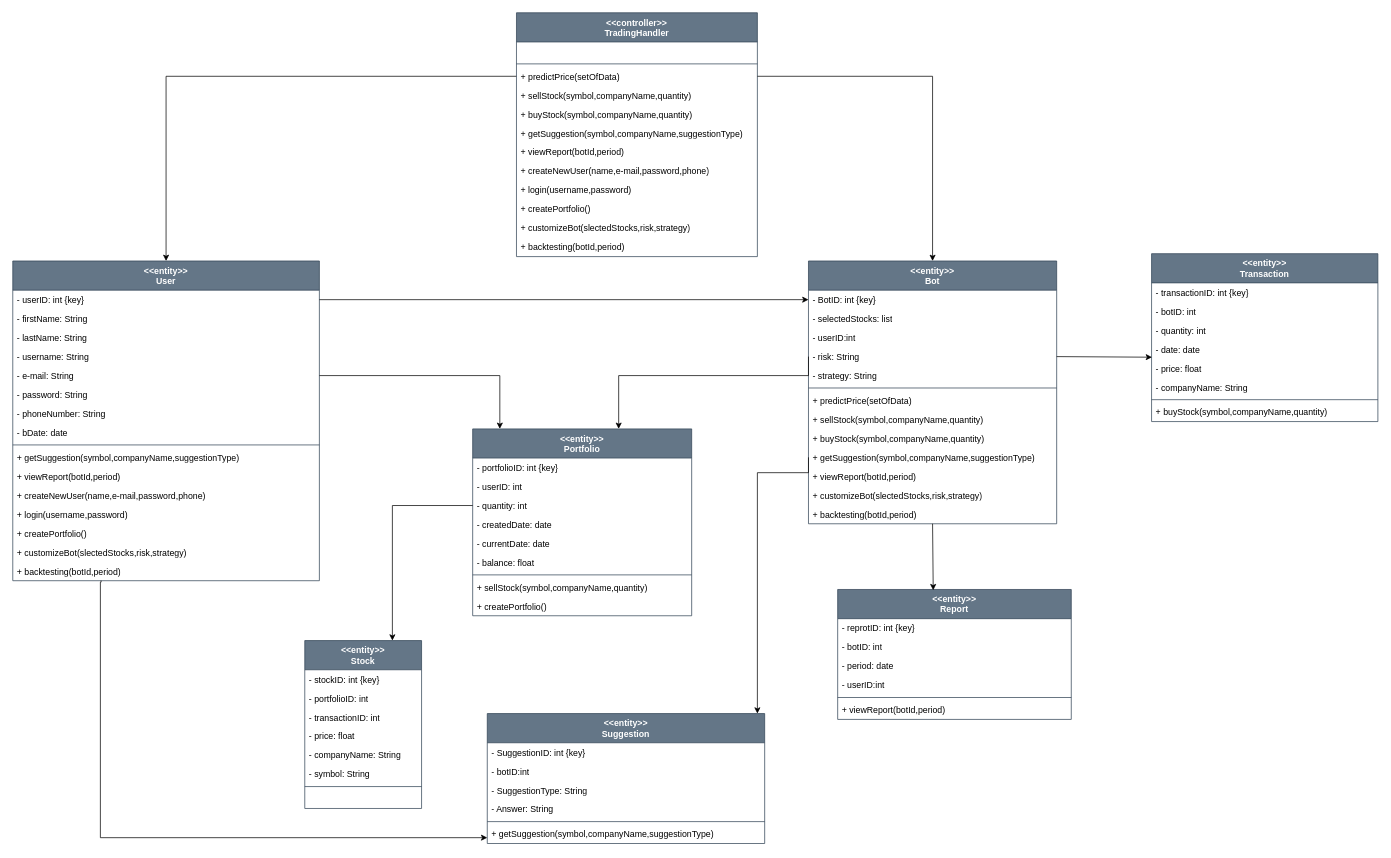
The draw.io diagram Diagrams/FINAL_CUT_CLASS DIAGRAM.drawio in Abdulmohsen23/IS498, before the edit. Source tidied: cells renumbered, new cells numbered last; positions are measured from the earlier drawing's top-left corner, leaving out a move shared by most shapes. Both pictures are drawn from the tidied source at 73%, with x=0, y=0 at pixel (12, 12).
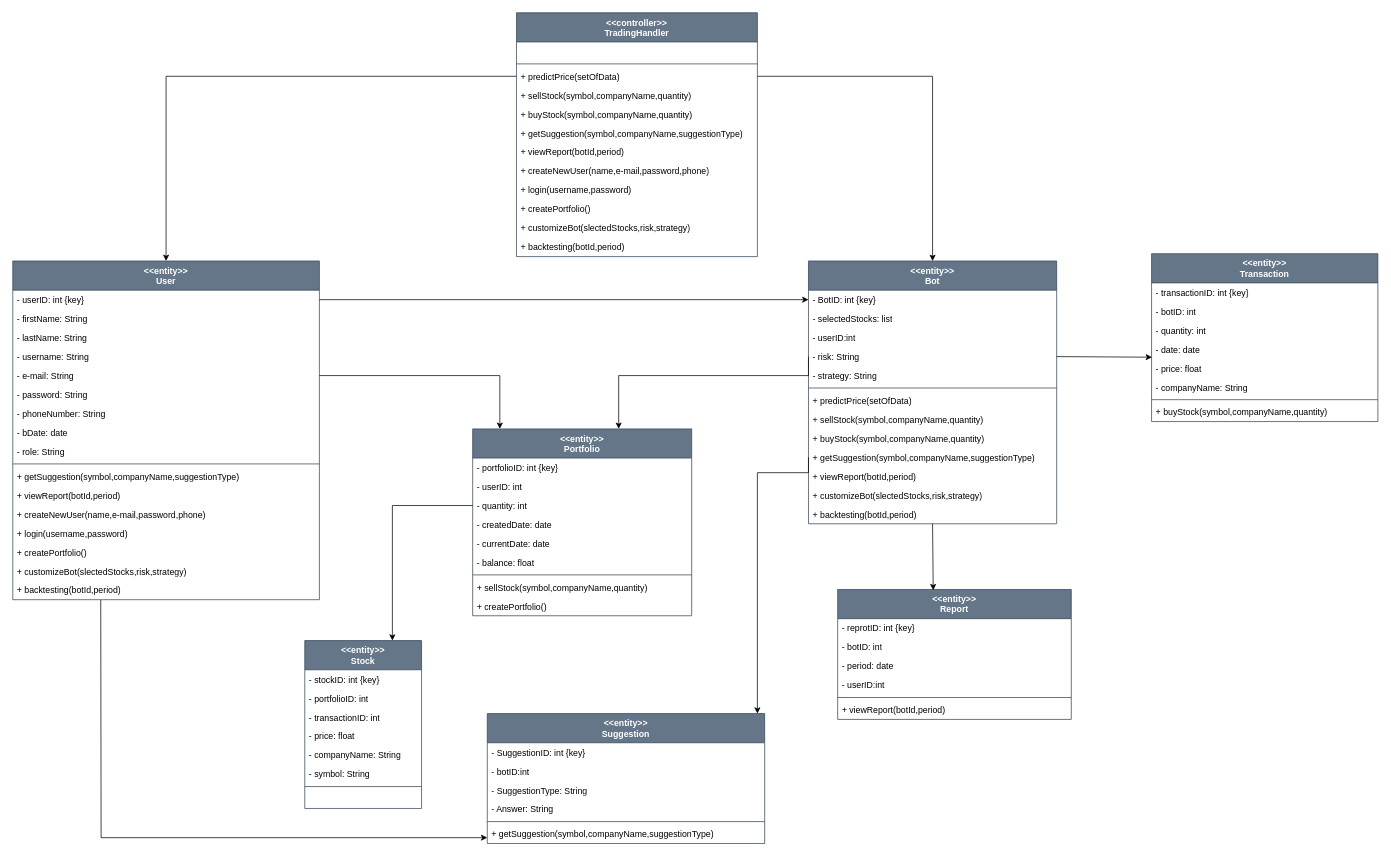
After the change.

Change to the diagram source:
```diff
@@
     <mxCell id="2" value="&lt;div&gt;&amp;lt;&amp;lt;entity&amp;gt;&amp;gt;&lt;/div&gt;&lt;div&gt;User&lt;br&gt;&lt;/div&gt;" style="swimlane;fontStyle=1;align=center;verticalAlign=top;horizontal=1;startSize=40;whiteSpace=wrap;html=1;fillColor=#647687;fontColor=#ffffff;strokeColor=#314354;" parent="1" vertex="1">
-      <mxGeometry y="340" width="420" height="438" as="geometry" />
+      <mxGeometry y="340" width="420" height="464" as="geometry" />
     </mxCell>
@@
+    <mxCell id="98" value="- role: String" style="text;strokeColor=none;fillColor=none;align=left;verticalAlign=top;spacingLeft=4;spacingRight=4;overflow=hidden;whiteSpace=wrap;html=1;" parent="2" vertex="1">
+      <mxGeometry y="248" width="420" height="26" as="geometry" />
+    </mxCell>
     <mxCell id="11" style="line;strokeWidth=1;fillColor=none;align=left;verticalAlign=middle;spacingTop=-1;spacingLeft=3;spacingRight=3;labelPosition=right;strokeColor=inherit;" parent="2" vertex="1">
-      <mxGeometry y="248" width="420" height="8" as="geometry" />
+      <mxGeometry y="274" width="420" height="8" as="geometry" />
     </mxCell>
     <mxCell id="12" value="+ getSuggestion(symbol,companyName,suggestionType)" style="text;strokeColor=none;fillColor=none;align=left;verticalAlign=top;spacingLeft=4;spacingRight=4;overflow=hidden;whiteSpace=wrap;html=1;" parent="2" vertex="1">
-      <mxGeometry y="256" width="420" height="26" as="geometry" />
+      <mxGeometry y="282" width="420" height="26" as="geometry" />
     </mxCell>
     <mxCell id="13" value="+ viewReport(botId,period)" style="text;strokeColor=none;fillColor=none;align=left;verticalAlign=top;spacingLeft=4;spacingRight=4;overflow=hidden;whiteSpace=wrap;html=1;" parent="2" vertex="1">
-      <mxGeometry y="282" width="420" height="26" as="geometry" />
+      <mxGeometry y="308" width="420" height="26" as="geometry" />
     </mxCell>
     <mxCell id="14" value="&lt;div&gt;+ createNewUser(name,e-mail,password,phone)&lt;/div&gt;" style="text;strokeColor=none;fillColor=none;align=left;verticalAlign=top;spacingLeft=4;spacingRight=4;overflow=hidden;whiteSpace=wrap;html=1;" parent="2" vertex="1">
-      <mxGeometry y="308" width="420" height="26" as="geometry" />
+      <mxGeometry y="334" width="420" height="26" as="geometry" />
     </mxCell>
     <mxCell id="15" value="+ login(username,password)" style="text;strokeColor=none;fillColor=none;align=left;verticalAlign=top;spacingLeft=4;spacingRight=4;overflow=hidden;whiteSpace=wrap;html=1;" parent="2" vertex="1">
-      <mxGeometry y="334" width="420" height="26" as="geometry" />
+      <mxGeometry y="360" width="420" height="26" as="geometry" />
     </mxCell>
     <mxCell id="16" value="+ createPortfolio()" style="text;strokeColor=none;fillColor=none;align=left;verticalAlign=top;spacingLeft=4;spacingRight=4;overflow=hidden;whiteSpace=wrap;html=1;" parent="2" vertex="1">
-      <mxGeometry y="360" width="420" height="26" as="geometry" />
+      <mxGeometry y="386" width="420" height="26" as="geometry" />
     </mxCell>
     <mxCell id="17" value="+ customizeBot(slectedStocks,risk,strategy)" style="text;strokeColor=none;fillColor=none;align=left;verticalAlign=top;spacingLeft=4;spacingRight=4;overflow=hidden;whiteSpace=wrap;html=1;" parent="2" vertex="1">
-      <mxGeometry y="386" width="420" height="26" as="geometry" />
+      <mxGeometry y="412" width="420" height="26" as="geometry" />
     </mxCell>
     <mxCell id="18" value="+ backtesting(botId,period)" style="text;strokeColor=none;fillColor=none;align=left;verticalAlign=top;spacingLeft=4;spacingRight=4;overflow=hidden;points=[[0,0.5],[1,0.5]];portConstraint=eastwest;whiteSpace=wrap;html=1;" parent="2" vertex="1">
-      <mxGeometry y="412" width="420" height="26" as="geometry" />
+      <mxGeometry y="438" width="420" height="26" as="geometry" />
     </mxCell>
@@
-    <mxCell id="68" style="endArrow=classic;html=1;rounded=0;edgeStyle=orthogonalEdgeStyle;exitX=0.288;exitY=0.995;exitDx=0;exitDy=0;exitPerimeter=0;" parent="1" edge="1" source="18">
+    <mxCell id="68" style="endArrow=classic;html=1;rounded=0;edgeStyle=orthogonalEdgeStyle;exitX=0.287;exitY=1.018;exitDx=0;exitDy=0;exitPerimeter=0;" parent="1" edge="1" source="18">
       <mxGeometry relative="1" as="geometry">
         <mxPoint x="650" y="1130" as="targetPoint" />
         <Array as="points">
-          <mxPoint x="121" y="780" />
-          <mxPoint x="120" y="1130" />
-          <mxPoint x="650" y="1130" />
+          <mxPoint x="120" y="810" />
+          <mxPoint x="121" y="810" />
+          <mxPoint x="121" y="1130" />
         </Array>
       </mxGeometry>
     </mxCell>
```
